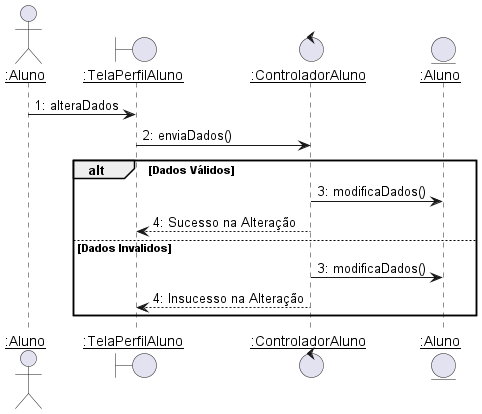
Before: diagramas/sequencia/alterar_aluno.png, a diagram exported from PlantUML (Pedro-V/projetorium).
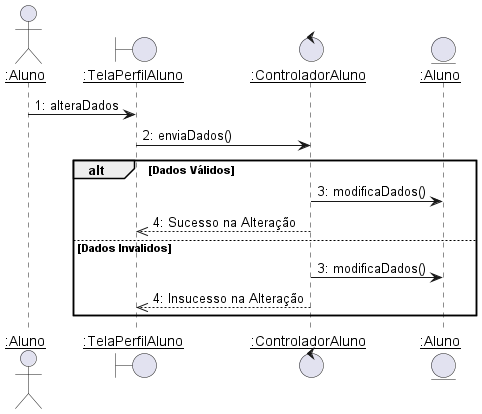
Above is the later version.

The edit, as a diff of the source:
```diff
@@ -13,10 +13,10 @@
 
 alt Dados Válidos
     ControladorAluno-> AlunoC: 3: modificaDados()
-    ControladorAluno--> TelaPerfilAluno --: 4: Sucesso na Alteração
+    ControladorAluno-->> TelaPerfilAluno --: 4: Sucesso na Alteração
 else Dados Invalidos
     ControladorAluno-> AlunoC: 3: modificaDados()
-    ControladorAluno--> TelaPerfilAluno --: 4: Insucesso na Alteração
+    ControladorAluno-->> TelaPerfilAluno --: 4: Insucesso na Alteração
 end
 
 @enduml
```
